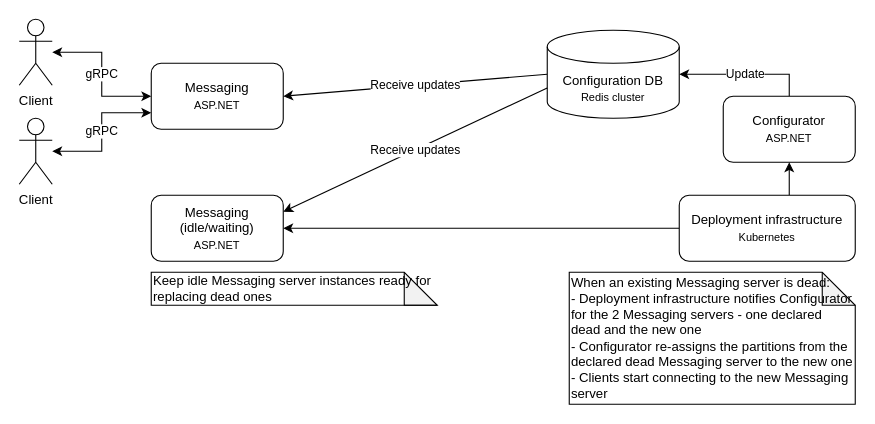
Earlier version of the draw.io diagram docs/diagrams/cecochat-06-failover.drawio (cvetomir-todorov/CecoChat). Source tidied: cells renumbered, new cells numbered last; positions are measured from the earlier drawing's top-left corner, leaving out a move shared by most shapes. Both pictures are drawn from the tidied source at 110%, with x=0, y=0 at pixel (19, 19).
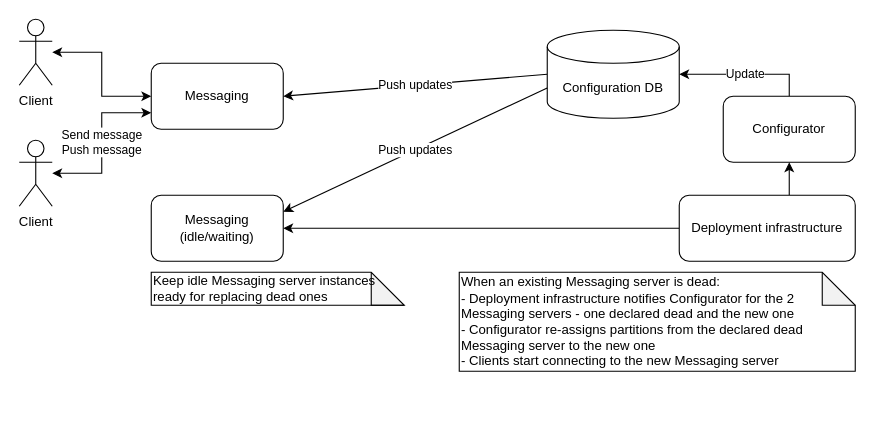
Above is the later version.

The change refers to these unchanged cells:
```xml
<mxCell id="3" value="Client" style="shape=umlActor;verticalLabelPosition=bottom;verticalAlign=top;html=1;outlineConnect=0;" parent="1" vertex="1">
  <mxGeometry width="30" height="60" as="geometry" />
</mxCell>
```

Change to the diagram source:
```diff
@@
-    <mxCell id="2" value="gRPC" style="edgeStyle=orthogonalEdgeStyle;rounded=0;jettySize=auto;html=1;entryX=0;entryY=0.5;entryDx=0;entryDy=0;startArrow=classic;startFill=1;" parent="1" edge="1" source="3" target="6">
+    <mxCell id="2" style="edgeStyle=orthogonalEdgeStyle;rounded=0;jettySize=auto;html=1;entryX=0;entryY=0.5;entryDx=0;entryDy=0;startArrow=classic;startFill=1;" parent="1" edge="1" source="3" target="6">
       <mxGeometry relative="1" as="geometry" />
     </mxCell>
@@
-    <mxCell id="4" value="gRPC" style="edgeStyle=orthogonalEdgeStyle;rounded=0;jettySize=auto;html=1;entryX=0;entryY=0.75;entryDx=0;entryDy=0;startArrow=classic;startFill=1;" parent="1" edge="1" source="5" target="6">
+    <mxCell id="4" value="Send message&lt;br&gt;Push message" style="edgeStyle=orthogonalEdgeStyle;rounded=0;jettySize=auto;html=1;entryX=0;entryY=0.75;entryDx=0;entryDy=0;startArrow=classic;startFill=1;" parent="1" edge="1" source="5" target="6">
       <mxGeometry relative="1" as="geometry" />
     </mxCell>
     <mxCell id="5" value="Client" style="shape=umlActor;verticalLabelPosition=bottom;verticalAlign=top;html=1;outlineConnect=0;" parent="1" vertex="1">
-      <mxGeometry y="90" width="30" height="60" as="geometry" />
+      <mxGeometry y="110" width="30" height="60" as="geometry" />
     </mxCell>
-    <mxCell id="6" value="&lt;font style=&quot;font-size: 12px&quot;&gt;Messaging&lt;/font&gt;&lt;br&gt;&lt;font style=&quot;font-size: 10px&quot;&gt;ASP.NET&lt;/font&gt;" style="rounded=1;whiteSpace=wrap;html=1;" parent="1" vertex="1">
+    <mxCell id="6" value="&lt;font style=&quot;font-size: 12px&quot;&gt;Messaging&lt;/font&gt;" style="rounded=1;whiteSpace=wrap;html=1;" parent="1" vertex="1">
       <mxGeometry x="120" y="40" width="120" height="60" as="geometry" />
     </mxCell>
@@
-    <mxCell id="8" value="Configurator&lt;br&gt;&lt;font style=&quot;font-size: 10px&quot;&gt;ASP.NET&lt;/font&gt;" style="rounded=1;whiteSpace=wrap;html=1;" parent="1" vertex="1">
+    <mxCell id="8" value="Configurator" style="rounded=1;whiteSpace=wrap;html=1;" parent="1" vertex="1">
       <mxGeometry x="640" y="70" width="120" height="60" as="geometry" />
     </mxCell>
-    <mxCell id="9" value="Receive updates" style="endArrow=classic;html=1;exitX=0;exitY=0.5;exitDx=0;exitDy=0;entryX=1;entryY=0.5;entryDx=0;entryDy=0;exitPerimeter=0;" parent="1" edge="1" source="10" target="6">
+    <mxCell id="9" value="Push updates" style="endArrow=classic;html=1;exitX=0;exitY=0.5;exitDx=0;exitDy=0;entryX=1;entryY=0.5;entryDx=0;entryDy=0;exitPerimeter=0;" parent="1" edge="1" source="10" target="6">
       <mxGeometry relative="1" as="geometry" />
     </mxCell>
-    <mxCell id="10" value="Configuration DB&lt;br&gt;&lt;font style=&quot;font-size: 10px&quot;&gt;Redis cluster&lt;/font&gt;" style="shape=cylinder3;whiteSpace=wrap;html=1;boundedLbl=1;backgroundOutline=1;size=15;" parent="1" vertex="1">
+    <mxCell id="10" value="Configuration DB" style="shape=cylinder3;whiteSpace=wrap;html=1;boundedLbl=1;backgroundOutline=1;size=15;" parent="1" vertex="1">
       <mxGeometry x="480" y="10" width="120" height="80" as="geometry" />
     </mxCell>
@@
-    <mxCell id="13" value="Deployment infrastructure&lt;br&gt;&lt;font style=&quot;font-size: 10px&quot;&gt;Kubernetes&lt;/font&gt;" style="rounded=1;whiteSpace=wrap;html=1;" parent="1" vertex="1">
+    <mxCell id="13" value="Deployment infrastructure" style="rounded=1;whiteSpace=wrap;html=1;" parent="1" vertex="1">
       <mxGeometry x="600" y="160" width="160" height="60" as="geometry" />
     </mxCell>
-    <mxCell id="14" value="Messaging&lt;br&gt;(idle/waiting)&lt;br&gt;&lt;font style=&quot;font-size: 10px&quot;&gt;ASP.NET&lt;/font&gt;" style="rounded=1;whiteSpace=wrap;html=1;" parent="1" vertex="1">
+    <mxCell id="14" value="Messaging&lt;br&gt;(idle/waiting)" style="rounded=1;whiteSpace=wrap;html=1;" parent="1" vertex="1">
       <mxGeometry x="120" y="160" width="120" height="60" as="geometry" />
     </mxCell>
     <mxCell id="15" value="&lt;div&gt;Keep idle Messaging server instances ready for replacing dead ones&lt;/div&gt;" style="shape=note;whiteSpace=wrap;html=1;backgroundOutline=1;darkOpacity=0.05;align=left;" parent="1" vertex="1">
-      <mxGeometry x="120" y="230" width="260" height="30" as="geometry" />
+      <mxGeometry x="120" y="230" width="230" height="30" as="geometry" />
     </mxCell>
-    <mxCell id="16" value="&lt;div&gt;&lt;span&gt;When an existing Messaging server is dead:&lt;/span&gt;&lt;/div&gt;&lt;div&gt;&lt;span&gt;- Deployment infrastructure notifies Configurator for the 2 Messaging servers - one declared dead and the new one&lt;/span&gt;&lt;/div&gt;&lt;div&gt;&lt;span&gt;- Configurator re-assigns the partitions from the declared dead Messaging server to the new one&lt;/span&gt;&lt;/div&gt;&lt;div&gt;&lt;span&gt;- Clients start connecting to the new Messaging server&lt;/span&gt;&lt;/div&gt;" style="shape=note;whiteSpace=wrap;html=1;backgroundOutline=1;darkOpacity=0.05;align=left;" parent="1" vertex="1">
-      <mxGeometry x="500" y="230" width="260" height="120" as="geometry" />
+    <mxCell id="16" value="&lt;div&gt;&lt;span&gt;When an existing Messaging server is dead:&lt;/span&gt;&lt;/div&gt;&lt;div&gt;&lt;span&gt;- Deployment infrastructure notifies Configurator for the 2 Messaging servers - one declared dead and the new one&lt;/span&gt;&lt;/div&gt;&lt;div&gt;&lt;span&gt;- Configurator re-assigns partitions from the declared dead Messaging server to the new one&lt;/span&gt;&lt;/div&gt;&lt;div&gt;&lt;span&gt;- Clients start connecting to the new Messaging server&lt;/span&gt;&lt;/div&gt;" style="shape=note;whiteSpace=wrap;html=1;backgroundOutline=1;darkOpacity=0.05;align=left;" parent="1" vertex="1">
+      <mxGeometry x="400" y="230" width="360" height="90" as="geometry" />
     </mxCell>
-    <mxCell id="17" value="Receive updates" style="endArrow=classic;html=1;exitX=0;exitY=0;exitDx=0;exitDy=52.5;entryX=1;entryY=0.25;entryDx=0;entryDy=0;exitPerimeter=0;" parent="1" edge="1" source="10" target="14">
+    <mxCell id="17" value="Push updates" style="endArrow=classic;html=1;exitX=0;exitY=0;exitDx=0;exitDy=52.5;entryX=1;entryY=0.25;entryDx=0;entryDy=0;exitPerimeter=0;" parent="1" edge="1" source="10" target="14">
       <mxGeometry relative="1" as="geometry" />
     </mxCell>
```
